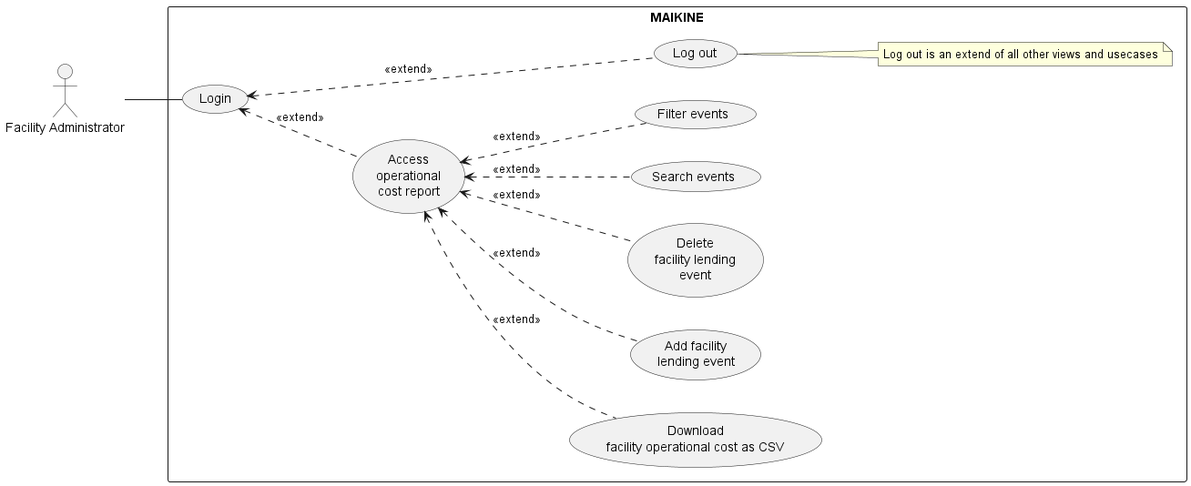
Before: out/usecaseDiagrams/Facility_Administrator_Diagram/Facility_Administrator_Diagram.png, a diagram exported from PlantUML (JanPerez35/PlantUML).
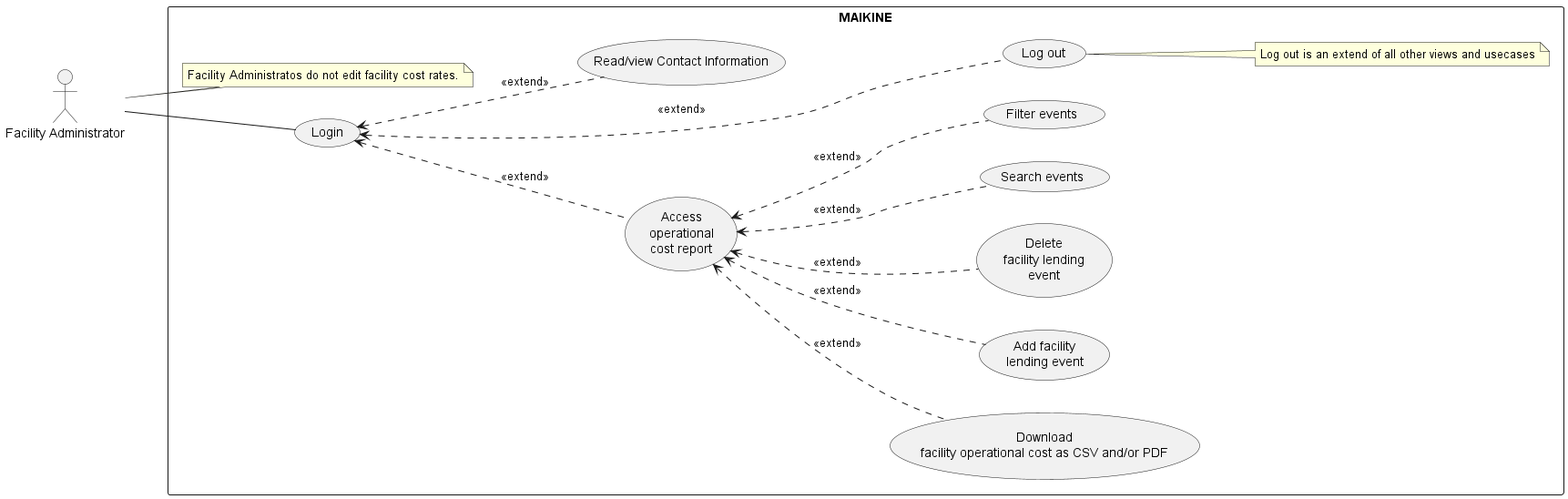
After the commit.

The edit, as a diff of the source:
```diff
@@ -9,14 +9,19 @@
   usecase "Login" as UC_Login
   usecase "Log out" as UC_Logout
   usecase "Access\noperational\ncost report" as UC_OperationalCost
-  usecase "Download\nfacility operational cost as CSV" as UC_DownloadCost
+  usecase "Download\nfacility operational cost as CSV and/or PDF" as UC_DownloadCost
   usecase "Add facility\nlending event" as UC_AddEvent
   usecase "Delete\nfacility lending\nevent" as UC_DeleteEvent
   usecase "Search events" as UC_Search
   usecase "Filter events" as UC_Filter
+  usecase "Read/view Contact Information" as UC_ReadContact
 
   note right of (UC_Logout)
   Log out is an extend of all other views and usecases
+  end note
+
+  note bottom of (FacilityAdmin)
+  Facility Administratos do not edit facility cost rates.
   end note
 }
 
@@ -24,6 +29,7 @@
 FacilityAdmin -- UC_Login
 
 UC_Login <.. UC_OperationalCost : <<extend>>
+UC_Login <.. UC_ReadContact: <<extend>>
 
 UC_OperationalCost <.. UC_DownloadCost : <<extend>>
 UC_OperationalCost <.. UC_AddEvent : <<extend>>
```
